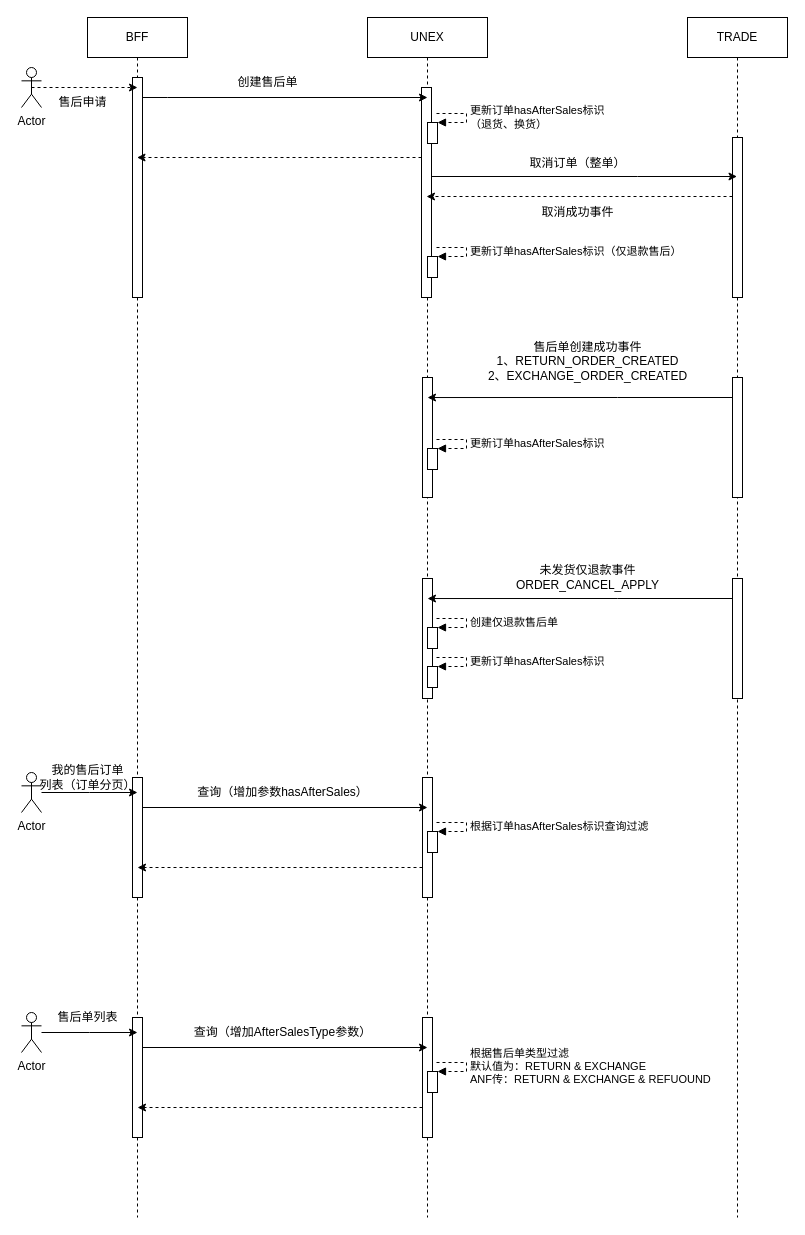
jingjie2018/test keeps this draw.io diagram as 未命名绘图2.drawio. Above is the earlier version. Source tidied: cells renumbered, new cells numbered last; positions are measured from the earlier drawing's top-left corner, leaving out a move shared by most shapes. Both pictures are drawn from the tidied source at 100%, with x=0, y=0 at pixel (21, 17).
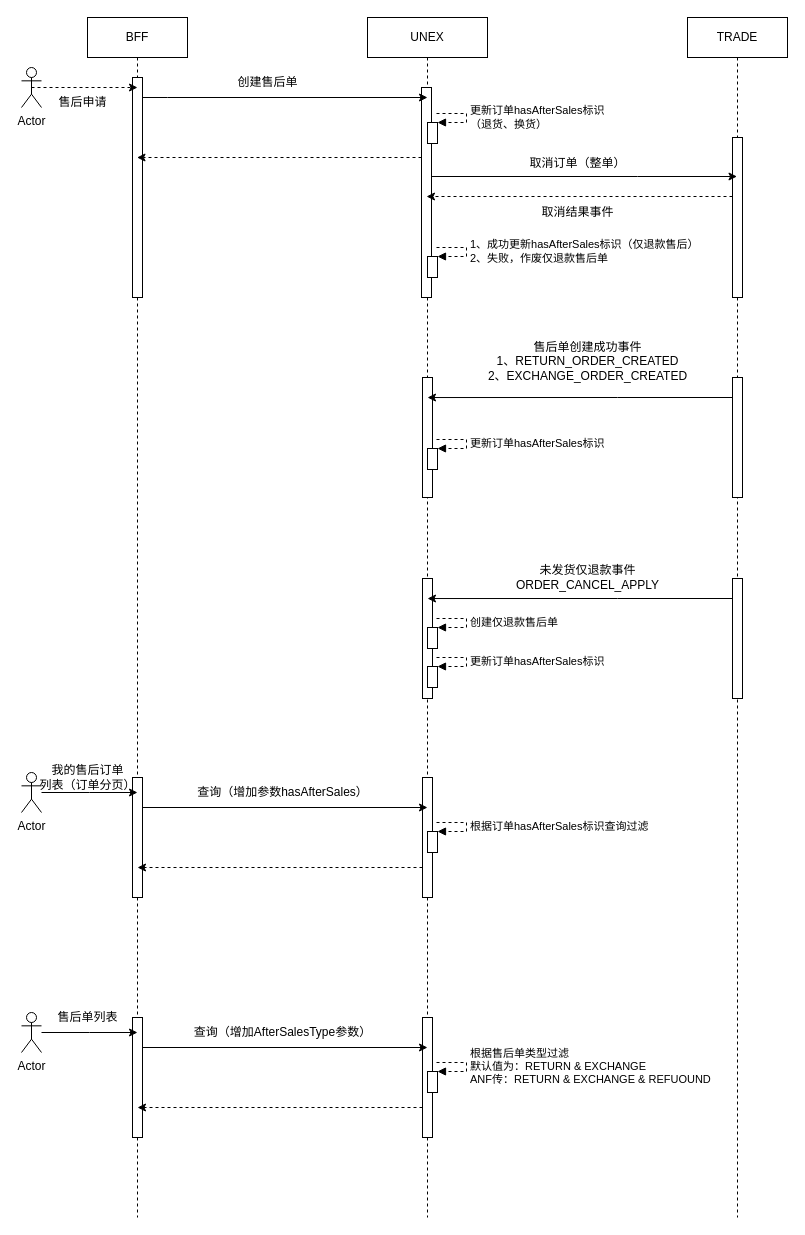
The same diagram, later.

Commit message:
更新未命名绘图2.drawio

The change refers to these unchanged cells:
```xml
<mxCell id="6" value="UNEX" style="shape=umlLifeline;perimeter=lifelinePerimeter;whiteSpace=wrap;html=1;" parent="1" vertex="1">
  <mxGeometry x="346" width="120" height="1200" as="geometry" />
</mxCell>
<mxCell id="12" style="html=1;points=[];perimeter=orthogonalPerimeter;" parent="6" vertex="1">
  <mxGeometry x="60" y="239" width="10" height="21" as="geometry" />
</mxCell>
```

Change to the diagram source:
```diff
@@
-    <mxCell id="13" value="更新订单hasAfterSales标识（仅退款售后）" style="edgeStyle=orthogonalEdgeStyle;html=1;align=left;spacingLeft=2;endArrow=block;rounded=0;entryX=1;entryY=0;dashed=1;" parent="6" edge="1" target="12">
-      <mxGeometry x="0.01" relative="1" as="geometry">
+    <mxCell id="13" value="1、成功更新hasAfterSales标识（仅退款售后）&lt;br&gt;2、失败，作废仅退款售后单" style="edgeStyle=orthogonalEdgeStyle;html=1;align=left;spacingLeft=2;endArrow=block;rounded=0;entryX=1;entryY=0;dashed=1;" parent="6" edge="1" target="12">
+      <mxGeometry relative="1" as="geometry">
         <mxPoint x="69" y="230" as="sourcePoint" />
         <Array as="points">
           <mxPoint x="99" y="230" />
         </Array>
       </mxGeometry>
     </mxCell>
@@
-    <mxCell id="34" value="取消成功事件" style="text;html=1;align=center;verticalAlign=middle;strokeColor=none;fillColor=none;" parent="1" vertex="1">
+    <mxCell id="34" value="取消结果事件" style="text;html=1;align=center;verticalAlign=middle;strokeColor=none;fillColor=none;" parent="1" vertex="1">
       <mxGeometry x="506" y="180" width="100" height="30" as="geometry" />
     </mxCell>
```
